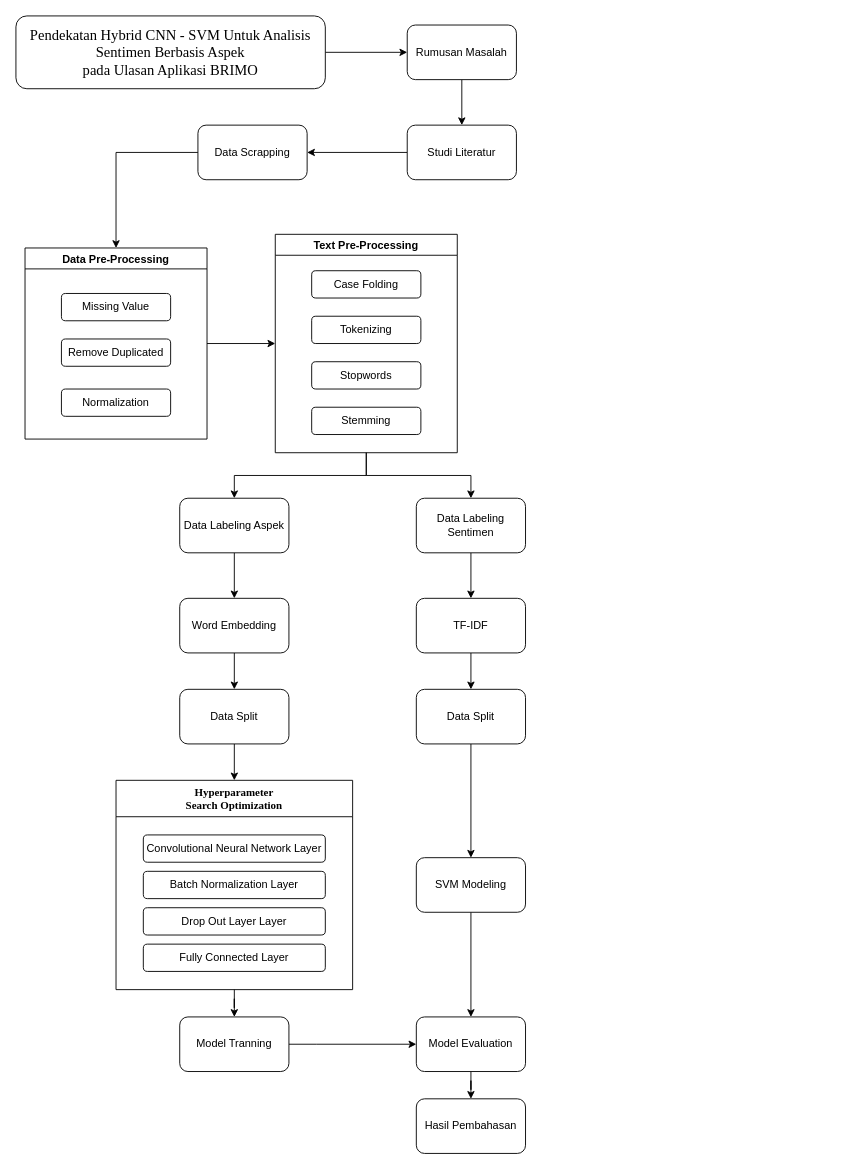
Above: tugas-akhir/Metodologi-Penelitian.drawio in xoghub/diagrams (draw.io), before the change. Source tidied: cells renumbered, new cells numbered last; positions are measured from the earlier drawing's top-left corner, leaving out a move shared by most shapes. Both pictures are drawn from the tidied source at 91%, with x=0, y=0 at pixel (15, 15).
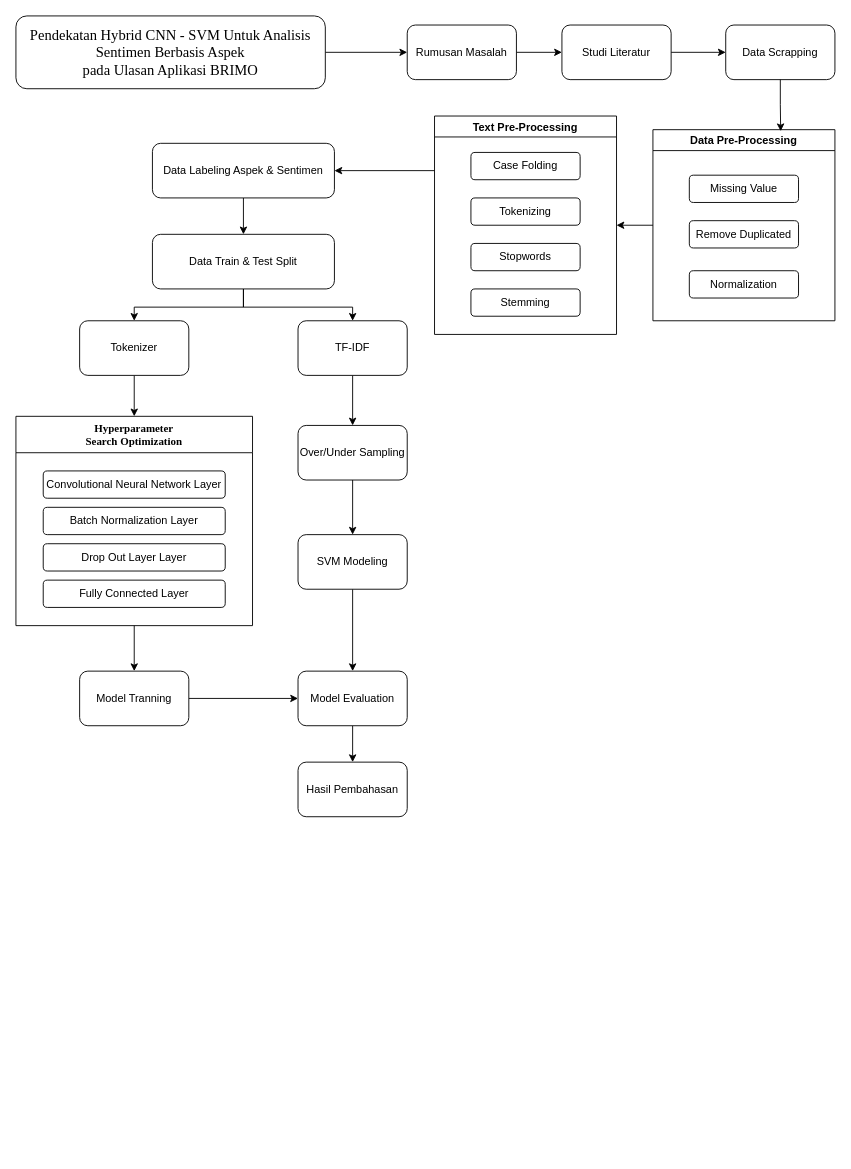
The same diagram, later.

What changed in the source:
```diff
@@
-    <mxCell id="2" style="edgeStyle=orthogonalEdgeStyle;rounded=0;jettySize=auto;html=1;exitX=0;exitY=0.5;exitDx=0;exitDy=0;" parent="1" edge="1" source="9" target="6">
+    <mxCell id="2" style="edgeStyle=orthogonalEdgeStyle;rounded=0;jettySize=auto;html=1;exitX=1;exitY=0.5;exitDx=0;exitDy=0;" parent="1" edge="1" source="9" target="6">
       <mxGeometry relative="1" as="geometry" />
     </mxCell>
@@
-    <mxCell id="5" style="edgeStyle=orthogonalEdgeStyle;rounded=0;jettySize=auto;html=1;entryX=0.5;entryY=0;entryDx=0;entryDy=0;" parent="1" edge="1" source="6" target="11">
-      <mxGeometry relative="1" as="geometry">
-        <Array as="points">
-          <mxPoint x="110" y="150" />
-        </Array>
-      </mxGeometry>
-    </mxCell>
     <mxCell id="6" value="Data Scrapping" style="rounded=1;whiteSpace=wrap;html=1;" parent="1" vertex="1">
-      <mxGeometry x="200" y="120" width="120" height="60" as="geometry" />
+      <mxGeometry x="780" y="10" width="120" height="60" as="geometry" />
     </mxCell>
@@
     <mxCell id="9" value="Studi Literatur" style="rounded=1;whiteSpace=wrap;html=1;" parent="1" vertex="1">
-      <mxGeometry x="430" y="120" width="120" height="60" as="geometry" />
+      <mxGeometry x="600" y="10" width="120" height="60" as="geometry" />
     </mxCell>
-    <mxCell id="10" style="edgeStyle=orthogonalEdgeStyle;rounded=0;jettySize=auto;html=1;exitX=1;exitY=0.5;exitDx=0;exitDy=0;entryX=0;entryY=0.5;entryDx=0;entryDy=0;" parent="1" edge="1" source="11" target="17">
+    <mxCell id="10" style="edgeStyle=orthogonalEdgeStyle;rounded=0;jettySize=auto;html=1;exitX=0;exitY=0.5;exitDx=0;exitDy=0;entryX=1;entryY=0.5;entryDx=0;entryDy=0;" parent="1" edge="1" source="11" target="17">
       <mxGeometry relative="1" as="geometry" />
     </mxCell>
     <mxCell id="11" value="Data Pre-Processing" style="swimlane;" parent="1" vertex="1">
-      <mxGeometry x="10" y="255" width="200" height="210" as="geometry" />
+      <mxGeometry x="700" y="125" width="200" height="210" as="geometry" />
     </mxCell>
@@
-    <mxCell id="15" style="edgeStyle=orthogonalEdgeStyle;rounded=0;jettySize=auto;html=1;" parent="1" edge="1" source="17" target="25">
-      <mxGeometry relative="1" as="geometry" />
-    </mxCell>
-    <mxCell id="16" style="edgeStyle=orthogonalEdgeStyle;rounded=0;jettySize=auto;html=1;" parent="1" edge="1" source="17" target="23">
+    <mxCell id="16" style="edgeStyle=orthogonalEdgeStyle;rounded=0;jettySize=auto;html=1;exitX=0;exitY=0.25;exitDx=0;exitDy=0;" parent="1" edge="1" source="17" target="23">
       <mxGeometry relative="1" as="geometry" />
     </mxCell>
     <mxCell id="17" value="Text Pre-Processing" style="swimlane;" parent="1" vertex="1">
-      <mxGeometry x="285" y="240" width="200" height="240" as="geometry" />
+      <mxGeometry x="460" y="110" width="200" height="240" as="geometry" />
     </mxCell>
@@
-    <mxCell id="22" style="edgeStyle=orthogonalEdgeStyle;rounded=0;jettySize=auto;html=1;" parent="1" edge="1" source="23" target="29">
-      <mxGeometry relative="1" as="geometry" />
-    </mxCell>
+    <mxCell id="47" style="edgeStyle=orthogonalEdgeStyle;rounded=0;jettySize=auto;html=1;entryX=0.5;entryY=0;entryDx=0;entryDy=0;" parent="1" edge="1" source="23" target="45">
+      <mxGeometry relative="1" as="geometry" />
+    </mxCell>
-    <mxCell id="23" value="Data Labeling Aspek" style="rounded=1;whiteSpace=wrap;html=1;" parent="1" vertex="1">
-      <mxGeometry x="180" y="530" width="120" height="60" as="geometry" />
+    <mxCell id="23" value="Data Labeling Aspek &amp;amp; Sentimen" style="rounded=1;whiteSpace=wrap;html=1;" parent="1" vertex="1">
+      <mxGeometry x="150" y="140" width="200" height="60" as="geometry" />
     </mxCell>
-    <mxCell id="24" style="edgeStyle=orthogonalEdgeStyle;rounded=0;jettySize=auto;html=1;" parent="1" edge="1" source="25" target="27">
-      <mxGeometry relative="1" as="geometry" />
-    </mxCell>
-    <mxCell id="25" value="Data Labeling Sentimen" style="rounded=1;whiteSpace=wrap;html=1;" parent="1" vertex="1">
-      <mxGeometry x="440" y="530" width="120" height="60" as="geometry" />
-    </mxCell>
-    <mxCell id="26" style="edgeStyle=orthogonalEdgeStyle;rounded=0;jettySize=auto;html=1;" parent="1" edge="1" source="27" target="45">
-      <mxGeometry relative="1" as="geometry" />
-    </mxCell>
+    <mxCell id="48" style="edgeStyle=orthogonalEdgeStyle;rounded=0;jettySize=auto;html=1;" parent="1" edge="1" source="27" target="53">
+      <mxGeometry relative="1" as="geometry" />
+    </mxCell>
     <mxCell id="27" value="TF-IDF" style="rounded=1;whiteSpace=wrap;html=1;" parent="1" vertex="1">
-      <mxGeometry x="440" y="640" width="120" height="60" as="geometry" />
+      <mxGeometry x="310" y="335" width="120" height="60" as="geometry" />
     </mxCell>
-    <mxCell id="28" style="edgeStyle=orthogonalEdgeStyle;rounded=0;jettySize=auto;html=1;" parent="1" edge="1" source="29" target="43">
-      <mxGeometry relative="1" as="geometry" />
-    </mxCell>
+    <mxCell id="49" style="edgeStyle=orthogonalEdgeStyle;rounded=0;jettySize=auto;html=1;exitX=0.5;exitY=1;exitDx=0;exitDy=0;entryX=0.5;entryY=0;entryDx=0;entryDy=0;" parent="1" edge="1" source="29" target="31">
+      <mxGeometry relative="1" as="geometry" />
+    </mxCell>
-    <mxCell id="29" value="Word Embedding" style="rounded=1;whiteSpace=wrap;html=1;" parent="1" vertex="1">
-      <mxGeometry x="180" y="640" width="120" height="60" as="geometry" />
+    <mxCell id="29" value="Tokenizer" style="rounded=1;whiteSpace=wrap;html=1;" parent="1" vertex="1">
+      <mxGeometry x="70" y="335" width="120" height="60" as="geometry" />
     </mxCell>
-    <mxCell id="30" style="edgeStyle=orthogonalEdgeStyle;rounded=0;jettySize=auto;html=1;entryX=0.5;entryY=0;entryDx=0;entryDy=0;" parent="1" edge="1" source="31" target="39">
+    <mxCell id="30" style="edgeStyle=orthogonalEdgeStyle;rounded=0;jettySize=auto;html=1;" parent="1" edge="1" source="31" target="39">
       <mxGeometry relative="1" as="geometry" />
     </mxCell>
     <mxCell id="31" value="Hyperparameter &#10;Search Optimization" style="swimlane;startSize=40;fontFamily=Times New Roman;" parent="1" vertex="1">
-      <mxGeometry x="110" y="840" width="260" height="230" as="geometry" />
+      <mxGeometry y="440" width="260" height="230" as="geometry" />
     </mxCell>
@@
     <mxCell id="37" value="SVM Modeling" style="rounded=1;whiteSpace=wrap;html=1;" parent="1" vertex="1">
-      <mxGeometry x="440" y="925" width="120" height="60" as="geometry" />
+      <mxGeometry x="310" y="570" width="120" height="60" as="geometry" />
     </mxCell>
     <mxCell id="38" style="edgeStyle=orthogonalEdgeStyle;rounded=0;jettySize=auto;html=1;entryX=0;entryY=0.5;entryDx=0;entryDy=0;" parent="1" edge="1" source="39" target="41">
-      <mxGeometry relative="1" as="geometry">
-        <Array as="points">
-          <mxPoint x="330" y="1130" />
-          <mxPoint x="330" y="1130" />
-        </Array>
-      </mxGeometry>
+      <mxGeometry relative="1" as="geometry" />
     </mxCell>
     <mxCell id="39" value="Model Tranning" style="rounded=1;whiteSpace=wrap;html=1;" parent="1" vertex="1">
-      <mxGeometry x="180" y="1100" width="120" height="60" as="geometry" />
+      <mxGeometry x="70" y="720" width="120" height="60" as="geometry" />
     </mxCell>
@@
     <mxCell id="41" value="Model Evaluation" style="rounded=1;whiteSpace=wrap;html=1;" parent="1" vertex="1">
-      <mxGeometry x="440" y="1100" width="120" height="60" as="geometry" />
+      <mxGeometry x="310" y="720" width="120" height="60" as="geometry" />
     </mxCell>
-    <mxCell id="42" style="edgeStyle=orthogonalEdgeStyle;rounded=0;jettySize=auto;html=1;entryX=0.5;entryY=0;entryDx=0;entryDy=0;" parent="1" edge="1" source="43" target="31">
-      <mxGeometry relative="1" as="geometry" />
-    </mxCell>
-    <mxCell id="43" value="Data Split" style="rounded=1;whiteSpace=wrap;html=1;" parent="1" vertex="1">
-      <mxGeometry x="180" y="740" width="120" height="60" as="geometry" />
-    </mxCell>
-    <mxCell id="44" style="edgeStyle=orthogonalEdgeStyle;rounded=0;jettySize=auto;html=1;entryX=0.5;entryY=0;entryDx=0;entryDy=0;" parent="1" edge="1" source="45" target="37">
-      <mxGeometry relative="1" as="geometry" />
-    </mxCell>
+    <mxCell id="50" style="edgeStyle=orthogonalEdgeStyle;rounded=0;jettySize=auto;html=1;entryX=0.5;entryY=0;entryDx=0;entryDy=0;" parent="1" edge="1" source="45" target="29">
+      <mxGeometry relative="1" as="geometry" />
+    </mxCell>
+    <mxCell id="51" style="edgeStyle=orthogonalEdgeStyle;rounded=0;jettySize=auto;html=1;exitX=0.5;exitY=1;exitDx=0;exitDy=0;entryX=0.5;entryY=0;entryDx=0;entryDy=0;" parent="1" edge="1" source="45" target="27">
+      <mxGeometry relative="1" as="geometry" />
+    </mxCell>
-    <mxCell id="45" value="Data Split" style="rounded=1;whiteSpace=wrap;html=1;" parent="1" vertex="1">
-      <mxGeometry x="440" y="740" width="120" height="60" as="geometry" />
+    <mxCell id="45" value="Data Train &amp;amp; Test Split" style="rounded=1;whiteSpace=wrap;html=1;" parent="1" vertex="1">
+      <mxGeometry x="150" y="240" width="200" height="60" as="geometry" />
     </mxCell>
     <mxCell id="46" value="Hasil Pembahasan" style="rounded=1;whiteSpace=wrap;html=1;" parent="1" vertex="1">
-      <mxGeometry x="440" y="1190" width="120" height="60" as="geometry" />
+      <mxGeometry x="310" y="820" width="120" height="60" as="geometry" />
     </mxCell>
+    <mxCell id="5" style="edgeStyle=orthogonalEdgeStyle;rounded=0;jettySize=auto;html=1;entryX=0.702;entryY=0.008;entryDx=0;entryDy=0;entryPerimeter=0;" parent="1" edge="1" source="6" target="11">
+      <mxGeometry relative="1" as="geometry" />
+    </mxCell>
+    <mxCell id="52" style="edgeStyle=orthogonalEdgeStyle;rounded=0;jettySize=auto;html=1;" parent="1" edge="1" source="53" target="37">
+      <mxGeometry relative="1" as="geometry" />
+    </mxCell>
+    <mxCell id="53" value="Over/Under Sampling" style="rounded=1;whiteSpace=wrap;html=1;" parent="1" vertex="1">
+      <mxGeometry x="310" y="450" width="120" height="60" as="geometry" />
+    </mxCell>
```
